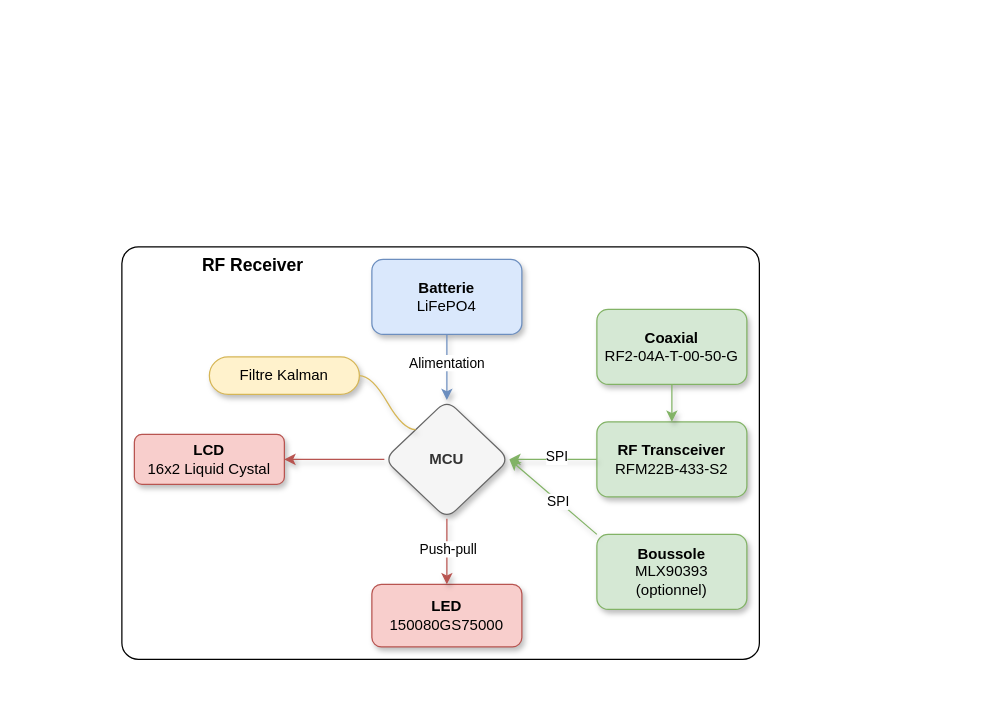
The draw.io diagram Documentation/RFReceiver/Explications/Diagram_Receiver.drawio in GAULAvionique2024-2025/Ordinateur-de-bord, before the edit. Source tidied: cells renumbered, new cells numbered last; positions are measured from the earlier drawing's top-left corner, leaving out a move shared by most shapes. Both pictures are drawn from the tidied source at 125%, with x=0, y=0 at pixel (121, 246).
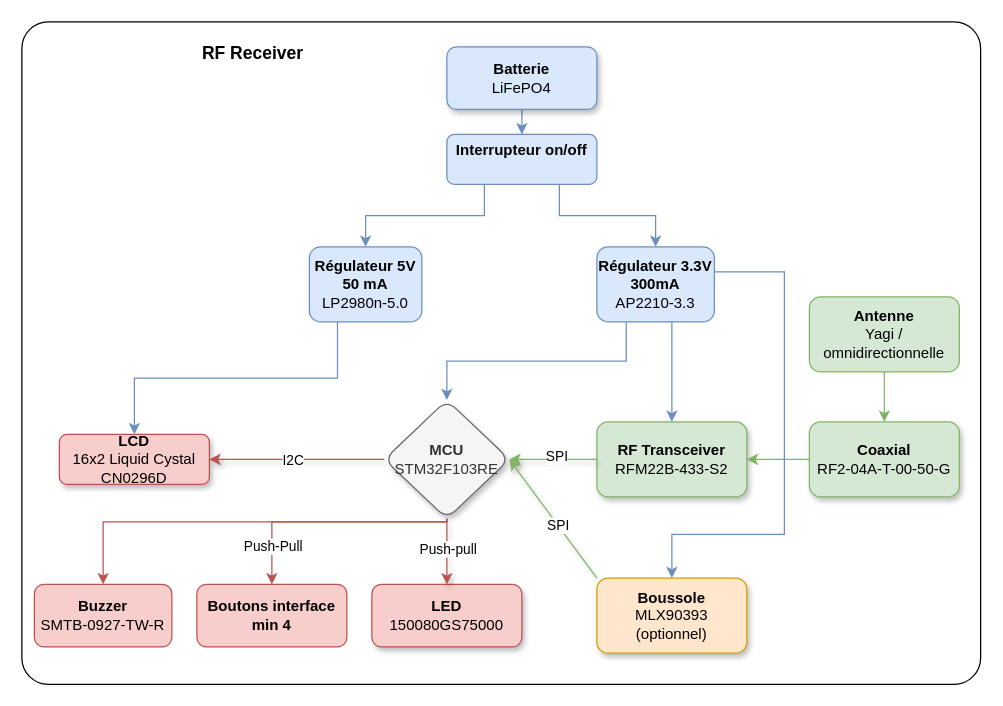
The same diagram, later.

The change refers to these unchanged cells:
```xml
<mxCell id="4" value="&lt;div&gt;&lt;b&gt;RF Transceiver&lt;/b&gt;&lt;/div&gt;RFM22B-433-S2" style="rounded=1;whiteSpace=wrap;html=1;fillColor=#d5e8d4;strokeColor=#82b366;shadow=1;" parent="1" vertex="1">
  <mxGeometry x="380" y="140" width="120" height="60" as="geometry" />
</mxCell>
<mxCell id="8" style="endArrow=classic;html=1;rounded=0;entryX=1;entryY=0.5;entryDx=0;entryDy=0;exitX=0;exitY=0.5;exitDx=0;exitDy=0;fillColor=#f8cecc;strokeColor=#b85450;shadow=1;" parent="1" edge="1" source="3" target="6">
  <mxGeometry relative="1" as="geometry" />
</mxCell>
```

The edit, as a diff of the source:
```diff
@@
     <mxCell id="2" style="rounded=1;whiteSpace=wrap;html=1;imageWidth=24;arcSize=4;" parent="1" vertex="1">
-      <mxGeometry width="510" height="330" as="geometry" />
+      <mxGeometry x="-80" y="-180" width="767" height="530" as="geometry" />
     </mxCell>
+    <mxCell id="24" style="edgeStyle=orthogonalEdgeStyle;rounded=0;jettySize=auto;html=1;exitX=0.5;exitY=1;exitDx=0;exitDy=0;fillColor=#f8cecc;strokeColor=#b85450;" parent="1" edge="1" source="3" target="35">
+      <mxGeometry relative="1" as="geometry">
+        <Array as="points">
+          <mxPoint x="260" y="220" />
+          <mxPoint x="120" y="220" />
+        </Array>
+      </mxGeometry>
+    </mxCell>
+    <mxCell id="25" value="Push-Pull" style="edgeLabel;html=1;align=center;verticalAlign=middle;" parent="24" vertex="1">
+      <mxGeometry x="0.68" relative="1" as="geometry" />
+    </mxCell>
+    <mxCell id="26" style="edgeStyle=orthogonalEdgeStyle;rounded=0;jettySize=auto;html=1;exitX=0.5;exitY=1;exitDx=0;exitDy=0;entryX=0.5;entryY=0;entryDx=0;entryDy=0;fillColor=#f8cecc;strokeColor=#b85450;" parent="1" edge="1" source="3" target="39">
+      <mxGeometry relative="1" as="geometry">
+        <Array as="points">
+          <mxPoint x="260" y="220" />
+          <mxPoint x="-15" y="220" />
+        </Array>
+      </mxGeometry>
+    </mxCell>
-    <mxCell id="3" value="&lt;b&gt;MCU&lt;/b&gt;" style="rhombus;whiteSpace=wrap;html=1;rounded=1;shadow=1;fillColor=#f5f5f5;fontColor=#333333;strokeColor=#666666;" parent="1" vertex="1">
+    <mxCell id="3" value="&lt;b&gt;MCU&lt;/b&gt;&lt;br&gt;&lt;div&gt;STM32F103RE&lt;/div&gt;" style="rhombus;whiteSpace=wrap;html=1;rounded=1;shadow=1;fillColor=#f5f5f5;fontColor=#333333;strokeColor=#666666;" parent="1" vertex="1">
       <mxGeometry x="210" y="122.5" width="100" height="95" as="geometry" />
     </mxCell>
@@
+    <mxCell id="17" style="edgeStyle=orthogonalEdgeStyle;rounded=0;jettySize=auto;html=1;exitX=0;exitY=0.5;exitDx=0;exitDy=0;entryX=1;entryY=0.5;entryDx=0;entryDy=0;fillColor=#d5e8d4;strokeColor=#82b366;" parent="1" edge="1" source="5" target="4">
+      <mxGeometry relative="1" as="geometry" />
+    </mxCell>
     <mxCell id="5" value="&lt;b&gt;Coaxial&lt;/b&gt;&lt;div&gt;RF2-04A-T-00-50-G&lt;br&gt;&lt;/div&gt;" style="rounded=1;whiteSpace=wrap;html=1;fillColor=#d5e8d4;strokeColor=#82b366;shadow=1;" parent="1" vertex="1">
-      <mxGeometry x="380" y="50" width="120" height="60" as="geometry" />
+      <mxGeometry x="550" y="140" width="120" height="60" as="geometry" />
     </mxCell>
-    <mxCell id="6" value="&lt;b&gt;LCD&lt;/b&gt;&lt;div&gt;16x2 Liquid Cystal&lt;/div&gt;" style="rounded=1;whiteSpace=wrap;html=1;fillColor=#f8cecc;strokeColor=#b85450;shadow=1;" parent="1" vertex="1">
-      <mxGeometry x="10" y="150" width="120" height="40" as="geometry" />
+    <mxCell id="6" value="&lt;b&gt;LCD&lt;/b&gt;&lt;div&gt;16x2 Liquid Cystal&lt;/div&gt;&lt;div&gt;CN0296D&lt;/div&gt;" style="rounded=1;whiteSpace=wrap;html=1;fillColor=#f8cecc;strokeColor=#b85450;shadow=1;" parent="1" vertex="1">
+      <mxGeometry x="-50" y="150" width="120" height="40" as="geometry" />
     </mxCell>
@@
+    <mxCell id="27" value="I2C" style="edgeLabel;html=1;align=center;verticalAlign=middle;" parent="8" vertex="1">
+      <mxGeometry x="0.05" relative="1" as="geometry" />
+    </mxCell>
+    <mxCell id="28" style="edgeStyle=orthogonalEdgeStyle;rounded=0;jettySize=auto;html=1;exitX=0.5;exitY=1;exitDx=0;exitDy=0;fillColor=#dae8fc;strokeColor=#6c8ebf;" parent="1" edge="1" source="9" target="38">
+      <mxGeometry relative="1" as="geometry" />
+    </mxCell>
     <mxCell id="9" value="&lt;b&gt;Batterie&lt;/b&gt;&lt;div&gt;LiFePO4&lt;/div&gt;" style="rounded=1;whiteSpace=wrap;html=1;fillColor=#dae8fc;strokeColor=#6c8ebf;shadow=1;" parent="1" vertex="1">
-      <mxGeometry x="200" y="10" width="120" height="60" as="geometry" />
+      <mxGeometry x="260" y="-160" width="120" height="50" as="geometry" />
     </mxCell>
-    <mxCell id="10" style="endArrow=classic;html=1;rounded=0;exitX=0.5;exitY=1;exitDx=0;exitDy=0;entryX=0.5;entryY=0;entryDx=0;entryDy=0;fillColor=#dae8fc;strokeColor=#6c8ebf;shadow=1;" parent="1" edge="1" source="9" target="3">
-      <mxGeometry relative="1" as="geometry" />
-    </mxCell>
-    <mxCell id="11" value="Alimentation" style="edgeLabel;html=1;align=center;verticalAlign=middle;" parent="10" vertex="1">
-      <mxGeometry x="-0.16" y="-1" relative="1" as="geometry" />
-    </mxCell>
@@
     <mxCell id="15" value="&lt;font style=&quot;font-size: 14px;&quot;&gt;&lt;b&gt;RF Receiver&lt;/b&gt;&lt;/font&gt;" style="text;html=1;align=center;verticalAlign=middle;whiteSpace=wrap;rounded=0;" parent="1" vertex="1">
-      <mxGeometry x="50" width="110" height="30" as="geometry" />
+      <mxGeometry x="50" y="-170" width="110" height="30" as="geometry" />
     </mxCell>
-    <mxCell id="16" value="&lt;b&gt;Boussole&lt;/b&gt;&lt;div&gt;MLX90393&lt;br&gt;&lt;/div&gt;&lt;div&gt;(optionnel)&lt;/div&gt;" style="rounded=1;whiteSpace=wrap;html=1;fillColor=#d5e8d4;strokeColor=#82b366;shadow=1;" parent="1" vertex="1">
-      <mxGeometry x="380" y="230" width="120" height="60" as="geometry" />
+    <mxCell id="16" value="&lt;b&gt;Boussole&lt;/b&gt;&lt;div&gt;MLX90393&lt;br&gt;&lt;/div&gt;&lt;div&gt;(optionnel)&lt;/div&gt;" style="rounded=1;whiteSpace=wrap;html=1;fillColor=#ffe6cc;strokeColor=#d79b00;shadow=1;" parent="1" vertex="1">
+      <mxGeometry x="380" y="265" width="120" height="60" as="geometry" />
     </mxCell>
-    <mxCell id="17" style="endArrow=classic;html=1;rounded=0;entryX=0.5;entryY=0;entryDx=0;entryDy=0;exitX=0.5;exitY=1;exitDx=0;exitDy=0;fillColor=#d5e8d4;strokeColor=#82b366;shadow=1;" parent="1" edge="1" source="5" target="4">
-      <mxGeometry relative="1" as="geometry" />
-    </mxCell>
@@
-    <mxCell id="22" value="Filtre Kalman" style="whiteSpace=wrap;html=1;rounded=1;arcSize=50;align=center;verticalAlign=middle;strokeWidth=1;spacing=4;newEdgeStyle={&quot;edgeStyle&quot;:&quot;entityRelationEdgeStyle&quot;,&quot;startArrow&quot;:&quot;none&quot;,&quot;endArrow&quot;:&quot;none&quot;,&quot;segment&quot;:10,&quot;curved&quot;:1,&quot;sourcePerimeterSpacing&quot;:0,&quot;targetPerimeterSpacing&quot;:0};direction=west;flipH=0;fillColor=#fff2cc;strokeColor=#d6b656;shadow=1;" parent="1" vertex="1">
-      <mxGeometry x="70" y="88" width="120" height="30" as="geometry" />
-    </mxCell>
-    <mxCell id="23" style="edgeStyle=entityRelationEdgeStyle;startArrow=none;endArrow=none;segment=10;curved=1;sourcePerimeterSpacing=0;targetPerimeterSpacing=0;rounded=0;exitX=0;exitY=0;exitDx=0;exitDy=0;shadow=1;fillColor=#fff2cc;strokeColor=#d6b656;" parent="1" edge="1" source="3" target="22">
-      <mxGeometry relative="1" as="geometry" />
-    </mxCell>
+    <mxCell id="29" style="edgeStyle=orthogonalEdgeStyle;rounded=0;jettySize=auto;html=1;exitX=0.25;exitY=1;exitDx=0;exitDy=0;entryX=0.5;entryY=0;entryDx=0;entryDy=0;fillColor=#dae8fc;strokeColor=#6c8ebf;" parent="1" edge="1" source="32" target="3">
+      <mxGeometry relative="1" as="geometry" />
+    </mxCell>
+    <mxCell id="30" style="edgeStyle=orthogonalEdgeStyle;rounded=0;jettySize=auto;html=1;exitX=0.5;exitY=1;exitDx=0;exitDy=0;fillColor=#dae8fc;strokeColor=#6c8ebf;" parent="1" edge="1" source="32" target="4">
+      <mxGeometry relative="1" as="geometry">
+        <Array as="points">
+          <mxPoint x="440" y="50" />
+        </Array>
+      </mxGeometry>
+    </mxCell>
+    <mxCell id="31" style="edgeStyle=orthogonalEdgeStyle;rounded=0;jettySize=auto;html=1;exitX=1;exitY=0.5;exitDx=0;exitDy=0;fillColor=#dae8fc;strokeColor=#6c8ebf;" parent="1" edge="1" source="32" target="16">
+      <mxGeometry relative="1" as="geometry">
+        <Array as="points">
+          <mxPoint x="530" y="20" />
+          <mxPoint x="530" y="230" />
+          <mxPoint x="440" y="230" />
+        </Array>
+      </mxGeometry>
+    </mxCell>
+    <mxCell id="32" value="&lt;b&gt;Régulateur 3.3V&lt;/b&gt;&lt;div&gt;&lt;b&gt;300mA&lt;/b&gt;&lt;/div&gt;&lt;div&gt;AP2210-3.3&lt;/div&gt;" style="rounded=1;whiteSpace=wrap;html=1;fillColor=#dae8fc;strokeColor=#6c8ebf;" parent="1" vertex="1">
+      <mxGeometry x="380" width="94" height="60" as="geometry" />
+    </mxCell>
+    <mxCell id="33" style="edgeStyle=orthogonalEdgeStyle;rounded=0;jettySize=auto;html=1;exitX=0.25;exitY=1;exitDx=0;exitDy=0;entryX=0.5;entryY=0;entryDx=0;entryDy=0;fillColor=#dae8fc;strokeColor=#6c8ebf;" parent="1" edge="1" source="34" target="6">
+      <mxGeometry relative="1" as="geometry" />
+    </mxCell>
+    <mxCell id="34" value="&lt;b&gt;Régulateur 5V&lt;/b&gt;&lt;div&gt;&lt;b&gt;50 mA&lt;/b&gt;&lt;/div&gt;&lt;div&gt;LP2980n-5.0&lt;/div&gt;" style="rounded=1;whiteSpace=wrap;html=1;fillColor=#dae8fc;strokeColor=#6c8ebf;" parent="1" vertex="1">
+      <mxGeometry x="150" width="90" height="60" as="geometry" />
+    </mxCell>
+    <mxCell id="35" value="&lt;b&gt;Boutons interface&lt;/b&gt;&lt;div&gt;&lt;b&gt;min 4&lt;/b&gt;&lt;/div&gt;" style="rounded=1;whiteSpace=wrap;html=1;fillColor=#f8cecc;strokeColor=#b85450;" parent="1" vertex="1">
+      <mxGeometry x="60" y="270" width="120" height="50" as="geometry" />
+    </mxCell>
+    <mxCell id="36" style="edgeStyle=orthogonalEdgeStyle;rounded=0;jettySize=auto;html=1;exitX=0.25;exitY=1;exitDx=0;exitDy=0;fillColor=#dae8fc;strokeColor=#6c8ebf;" parent="1" edge="1" source="38" target="34">
+      <mxGeometry relative="1" as="geometry" />
+    </mxCell>
+    <mxCell id="37" style="edgeStyle=orthogonalEdgeStyle;rounded=0;jettySize=auto;html=1;exitX=0.75;exitY=1;exitDx=0;exitDy=0;fillColor=#dae8fc;strokeColor=#6c8ebf;" parent="1" edge="1" source="38" target="32">
+      <mxGeometry relative="1" as="geometry" />
+    </mxCell>
+    <mxCell id="38" value="&lt;b&gt;Interrupteur on/off&lt;/b&gt;&lt;div&gt;&lt;b&gt;&lt;br&gt;&lt;/b&gt;&lt;/div&gt;" style="rounded=1;whiteSpace=wrap;html=1;fillColor=#dae8fc;strokeColor=#6c8ebf;" parent="1" vertex="1">
+      <mxGeometry x="260" y="-90" width="120" height="40" as="geometry" />
+    </mxCell>
+    <mxCell id="39" value="&lt;b&gt;Buzzer&lt;/b&gt;&lt;div&gt;SMTB-0927-TW-R&lt;/div&gt;" style="rounded=1;whiteSpace=wrap;html=1;fillColor=#f8cecc;strokeColor=#b85450;" parent="1" vertex="1">
+      <mxGeometry x="-70" y="270" width="110" height="50" as="geometry" />
+    </mxCell>
+    <mxCell id="40" style="edgeStyle=orthogonalEdgeStyle;rounded=0;jettySize=auto;html=1;exitX=0.5;exitY=1;exitDx=0;exitDy=0;fillColor=#d5e8d4;strokeColor=#82b366;" parent="1" edge="1" source="41" target="5">
+      <mxGeometry relative="1" as="geometry" />
+    </mxCell>
+    <mxCell id="41" value="&lt;b&gt;Antenne&lt;/b&gt;&lt;div&gt;Yagi / omnidirectionnelle&lt;/div&gt;" style="rounded=1;whiteSpace=wrap;html=1;fillColor=#d5e8d4;strokeColor=#82b366;" parent="1" vertex="1">
+      <mxGeometry x="550" y="40" width="120" height="60" as="geometry" />
+    </mxCell>
```
